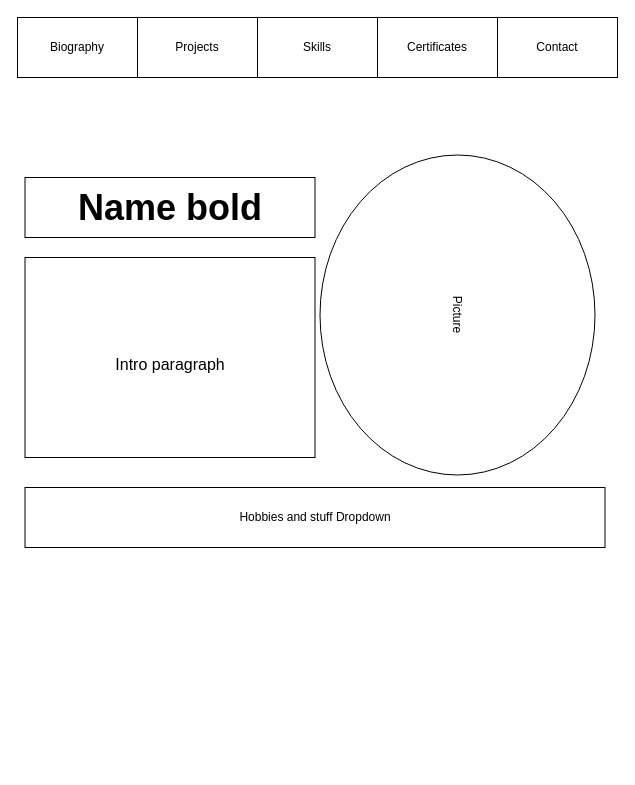
The draw.io diagram page "Introduction" (1 of 5) of public/New Profile Site.drawio.xml in Eds-Dbug/profile2, before the edit. Source tidied: cells renumbered, new cells numbered last; positions are measured from the earlier drawing's top-left corner, leaving out a move shared by most shapes. Both pictures are drawn from the tidied source at 100%, with x=0, y=0 at pixel (17, 17).
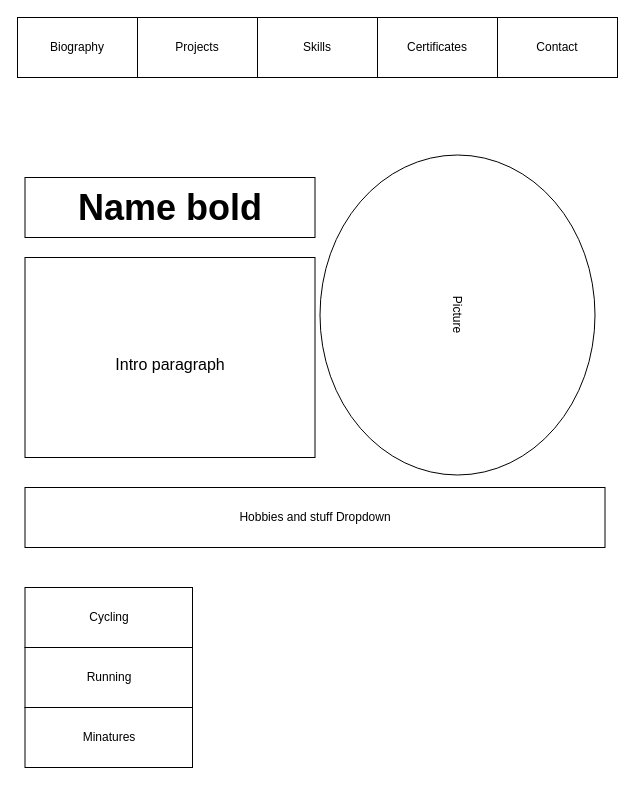
Above is the later version.

What changed in the source:
```diff
@@
 <mxGraphModel>
   <root>
     <mxCell id="0" />
     <mxCell id="1" parent="0" />
     <mxCell id="2" style="group;" parent="1" vertex="1">
       <mxGeometry width="600" height="60" as="geometry" />
     </mxCell>
     <mxCell id="3" value="Biography" style="rounded=0;whiteSpace=wrap;html=1;" parent="2" vertex="1">
       <mxGeometry width="120" height="60" as="geometry" />
     </mxCell>
     <mxCell id="4" value="Projects" style="rounded=0;whiteSpace=wrap;html=1;" parent="2" vertex="1">
       <mxGeometry x="120" width="120" height="60" as="geometry" />
     </mxCell>
     <mxCell id="5" value="Skills" style="rounded=0;whiteSpace=wrap;html=1;" parent="2" vertex="1">
       <mxGeometry x="240" width="120" height="60" as="geometry" />
     </mxCell>
     <mxCell id="6" value="Contact" style="rounded=0;whiteSpace=wrap;html=1;" parent="2" vertex="1">
       <mxGeometry x="480" width="120" height="60" as="geometry" />
     </mxCell>
     <mxCell id="7" value="Certificates" style="rounded=0;whiteSpace=wrap;html=1;" parent="2" vertex="1">
       <mxGeometry x="360" width="120" height="60" as="geometry" />
     </mxCell>
     <mxCell id="8" value="Picture" style="ellipse;whiteSpace=wrap;html=1;rotation=90;" parent="1" vertex="1">
       <mxGeometry x="280" y="160" width="320" height="275" as="geometry" />
     </mxCell>
     <mxCell id="9" value="&lt;font style=&quot;font-size: 36px;&quot;&gt;&lt;b&gt;Name bold&lt;/b&gt;&lt;/font&gt;" style="rounded=0;whiteSpace=wrap;html=1;" parent="1" vertex="1">
       <mxGeometry x="7.5" y="160" width="290" height="60" as="geometry" />
     </mxCell>
     <mxCell id="10" value="&lt;font size=&quot;3&quot;&gt;Intro paragraph&lt;br&gt;&lt;/font&gt;" style="rounded=0;whiteSpace=wrap;html=1;fontSize=36;" parent="1" vertex="1">
       <mxGeometry x="7.5" y="240" width="290" height="200" as="geometry" />
     </mxCell>
     <mxCell id="11" value="Hobbies and stuff Dropdown" style="rounded=0;whiteSpace=wrap;html=1;fontSize=12;" parent="1" vertex="1">
       <mxGeometry x="7.5" y="470" width="580" height="60" as="geometry" />
     </mxCell>
+    <mxCell id="12" value="Cycling" style="rounded=0;whiteSpace=wrap;html=1;" parent="1" vertex="1">
+      <mxGeometry x="7.5" y="570" width="167.5" height="60" as="geometry" />
+    </mxCell>
+    <mxCell id="13" value="Running" style="rounded=0;whiteSpace=wrap;html=1;" parent="1" vertex="1">
+      <mxGeometry x="7.5" y="630" width="167.5" height="60" as="geometry" />
+    </mxCell>
+    <mxCell id="14" value="Minatures" style="rounded=0;whiteSpace=wrap;html=1;" parent="1" vertex="1">
+      <mxGeometry x="7.5" y="690" width="167.5" height="60" as="geometry" />
+    </mxCell>
   </root>
 </mxGraphModel>
```
